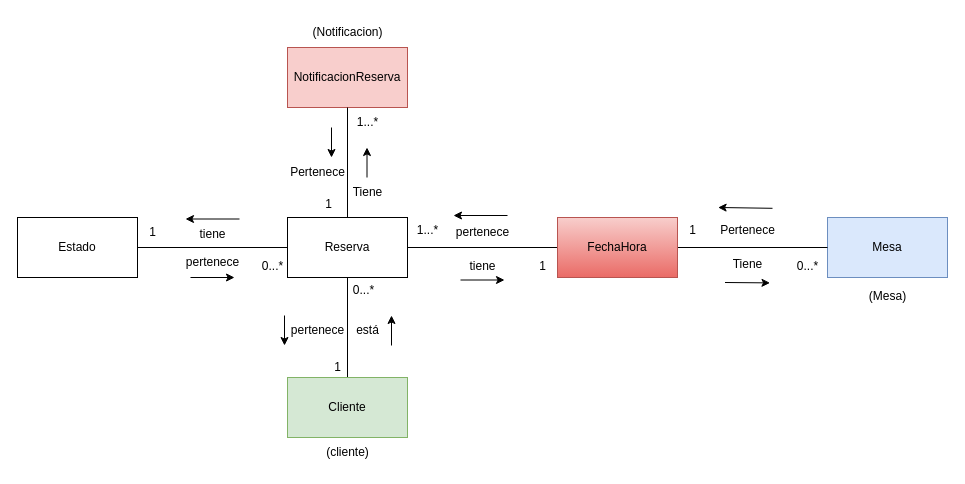
Earlier version of the draw.io diagram page "Reservas" (3 of 12) of Restaurante_Disenio.drawio (andrescardo98/doo). Source tidied: cells renumbered, new cells numbered last; positions are measured from the earlier drawing's top-left corner, leaving out a move shared by most shapes. Both pictures are drawn from the tidied source at 100%, with x=0, y=0 at pixel (17, 17).
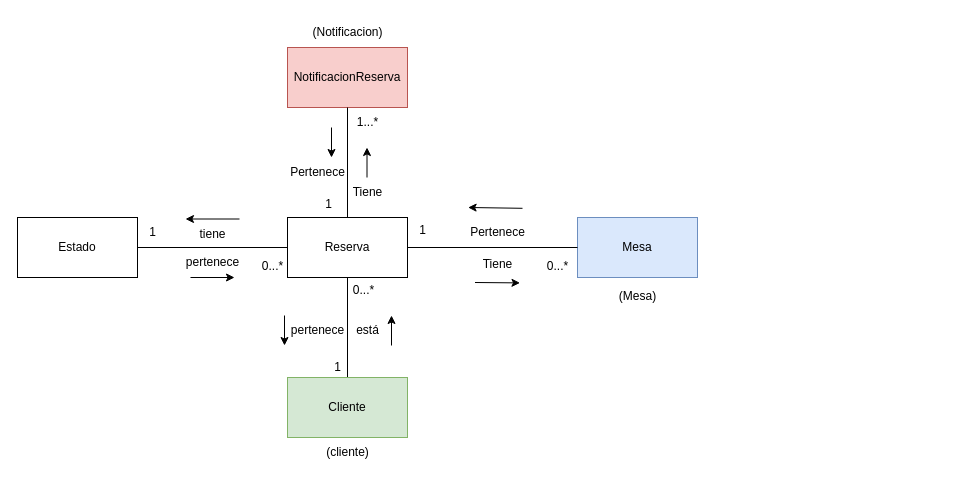
After the change.

Unchanged cells that the change refers to:
```xml
<mxCell id="5" value="Reserva" style="rounded=0;whiteSpace=wrap;html=1;" parent="1" vertex="1">
  <mxGeometry x="270" y="200" width="120" height="60" as="geometry" />
</mxCell>
```

Change to the diagram source:
```diff
@@
-    <mxCell id="3" style="edgeStyle=orthogonalEdgeStyle;rounded=0;jettySize=auto;html=1;exitX=1;exitY=0.5;exitDx=0;exitDy=0;endArrow=none;endFill=0;" parent="1" edge="1" source="5" target="31">
-      <mxGeometry relative="1" as="geometry" />
-    </mxCell>
@@
     <mxCell id="14" value="Mesa" style="rounded=0;whiteSpace=wrap;html=1;fillColor=#dae8fc;strokeColor=#6c8ebf;" parent="1" vertex="1">
-      <mxGeometry x="810" y="200" width="120" height="60" as="geometry" />
+      <mxGeometry x="560" y="200" width="120" height="60" as="geometry" />
     </mxCell>
     <mxCell id="15" value="Tiene" style="text;html=1;align=center;verticalAlign=middle;strokeColor=none;fillColor=none;" parent="1" vertex="1">
-      <mxGeometry x="705" y="231.5" width="50" height="30" as="geometry" />
+      <mxGeometry x="455" y="231.5" width="50" height="30" as="geometry" />
     </mxCell>
     <mxCell id="16" style="endArrow=classic;html=1;rounded=0;entryX=0;entryY=-0.08;entryDx=0;entryDy=0;entryPerimeter=0;exitX=1.088;exitY=-0.053;exitDx=0;exitDy=0;exitPerimeter=0;" parent="1" edge="1">
       <mxGeometry relative="1" as="geometry">
-        <mxPoint x="755" y="190.8" as="sourcePoint" />
-        <mxPoint x="700.6" y="190" as="targetPoint" />
+        <mxPoint x="505" y="190.8" as="sourcePoint" />
+        <mxPoint x="450.6" y="190" as="targetPoint" />
       </mxGeometry>
     </mxCell>
     <mxCell id="17" value="1" style="text;html=1;align=center;verticalAlign=middle;strokeColor=none;fillColor=none;" parent="1" vertex="1">
-      <mxGeometry x="660" y="198" width="30" height="30" as="geometry" />
+      <mxGeometry x="390" y="198" width="30" height="30" as="geometry" />
     </mxCell>
     <mxCell id="18" value="Pertenece" style="text;html=1;align=center;verticalAlign=middle;strokeColor=none;fillColor=none;" parent="1" vertex="1">
-      <mxGeometry x="690" y="198" width="80" height="30" as="geometry" />
+      <mxGeometry x="440" y="200" width="80" height="30" as="geometry" />
     </mxCell>
     <mxCell id="19" style="endArrow=classic;html=1;rounded=0;" parent="1" edge="1">
       <mxGeometry relative="1" as="geometry">
-        <mxPoint x="707.5" y="265" as="sourcePoint" />
-        <mxPoint x="752.5" y="265.4" as="targetPoint" />
+        <mxPoint x="457.5" y="265" as="sourcePoint" />
+        <mxPoint x="502.5" y="265.4" as="targetPoint" />
       </mxGeometry>
     </mxCell>
     <mxCell id="20" value="0...*" style="text;html=1;align=center;verticalAlign=middle;strokeColor=none;fillColor=none;" parent="1" vertex="1">
-      <mxGeometry x="770" y="233.5" width="40" height="30" as="geometry" />
+      <mxGeometry x="520" y="233.5" width="40" height="30" as="geometry" />
     </mxCell>
@@
     <mxCell id="29" value="(Mesa)" style="text;html=1;align=center;verticalAlign=middle;strokeColor=none;fillColor=none;" parent="1" vertex="1">
-      <mxGeometry x="840" y="263.5" width="60" height="30" as="geometry" />
+      <mxGeometry x="590" y="263.5" width="60" height="30" as="geometry" />
     </mxCell>
-    <mxCell id="30" style="edgeStyle=orthogonalEdgeStyle;rounded=0;jettySize=auto;html=1;exitX=1;exitY=0.5;exitDx=0;exitDy=0;entryX=0;entryY=0.5;entryDx=0;entryDy=0;endArrow=none;endFill=0;" parent="1" edge="1" source="31" target="14">
+    <mxCell id="30" style="edgeStyle=orthogonalEdgeStyle;rounded=0;jettySize=auto;html=1;exitX=1;exitY=0.5;exitDx=0;exitDy=0;entryX=0;entryY=0.5;entryDx=0;entryDy=0;endArrow=none;endFill=0;" parent="1" edge="1" source="5" target="14">
       <mxGeometry relative="1" as="geometry" />
     </mxCell>
-    <mxCell id="31" value="FechaHora" style="rounded=0;whiteSpace=wrap;html=1;fillColor=#f8cecc;gradientColor=#ea6b66;strokeColor=#b85450;" parent="1" vertex="1">
-      <mxGeometry x="540" y="200" width="120" height="60" as="geometry" />
-    </mxCell>
-    <mxCell id="32" style="endArrow=classic;html=1;rounded=0;entryX=0;entryY=-0.08;entryDx=0;entryDy=0;entryPerimeter=0;exitX=1.088;exitY=-0.053;exitDx=0;exitDy=0;exitPerimeter=0;" parent="1" edge="1">
-      <mxGeometry relative="1" as="geometry">
-        <mxPoint x="490" y="198" as="sourcePoint" />
-        <mxPoint x="436" y="198" as="targetPoint" />
-      </mxGeometry>
-    </mxCell>
-    <mxCell id="33" value="tiene" style="text;html=1;align=center;verticalAlign=middle;strokeColor=none;fillColor=none;" parent="1" vertex="1">
-      <mxGeometry x="440" y="233.5" width="50" height="30" as="geometry" />
-    </mxCell>
-    <mxCell id="34" style="endArrow=classic;html=1;rounded=0;entryX=0.857;entryY=1.133;entryDx=0;entryDy=0;entryPerimeter=0;" parent="1" edge="1">
-      <mxGeometry relative="1" as="geometry">
-        <mxPoint x="443" y="262.5" as="sourcePoint" />
-        <mxPoint x="487" y="262.5" as="targetPoint" />
-      </mxGeometry>
-    </mxCell>
-    <mxCell id="35" value="1" style="text;html=1;align=center;verticalAlign=middle;strokeColor=none;fillColor=none;" parent="1" vertex="1">
-      <mxGeometry x="510" y="233.5" width="30" height="30" as="geometry" />
-    </mxCell>
-    <mxCell id="36" value="pertenece" style="text;html=1;align=center;verticalAlign=middle;strokeColor=none;fillColor=none;" parent="1" vertex="1">
-      <mxGeometry x="425" y="200" width="80" height="30" as="geometry" />
-    </mxCell>
-    <mxCell id="37" value="1...*" style="text;html=1;align=center;verticalAlign=middle;strokeColor=none;fillColor=none;" parent="1" vertex="1">
-      <mxGeometry x="390" y="198" width="40" height="30" as="geometry" />
-    </mxCell>
```
